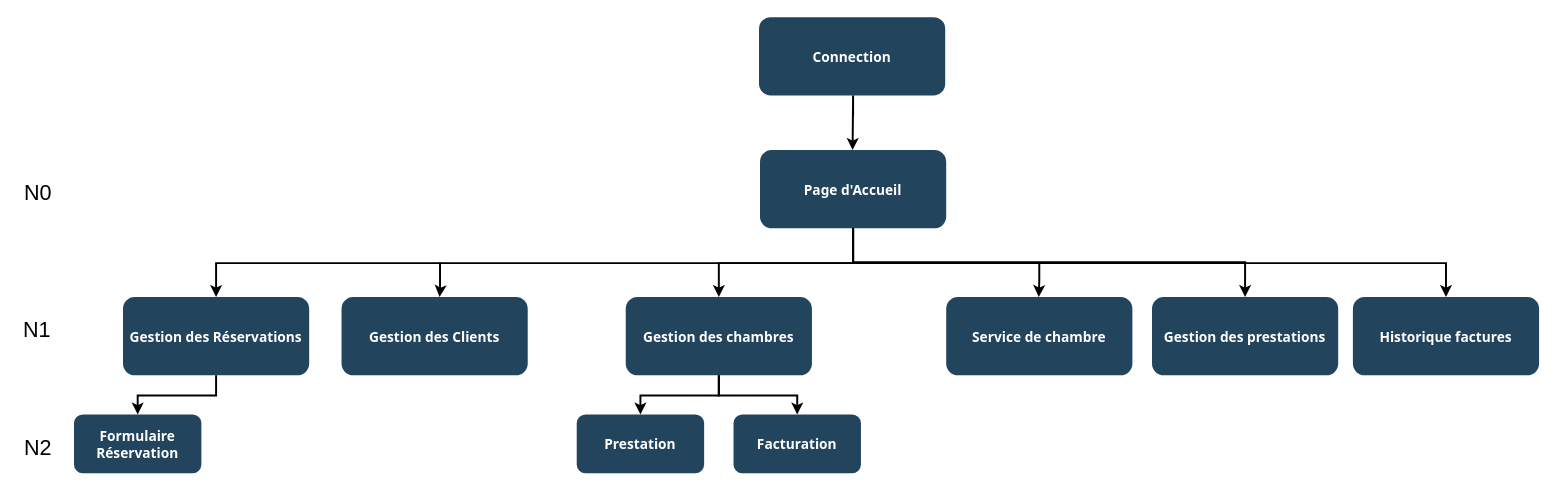
Before: ArborescenceEnCours.drawio in Yoan15/projet_hotel, a draw.io diagram. Source tidied: cells renumbered, new cells numbered last; positions are measured from the earlier drawing's top-left corner, leaving out a move shared by most shapes. Both pictures are drawn from the tidied source at 98%, with x=0, y=0 at pixel (17, 17).
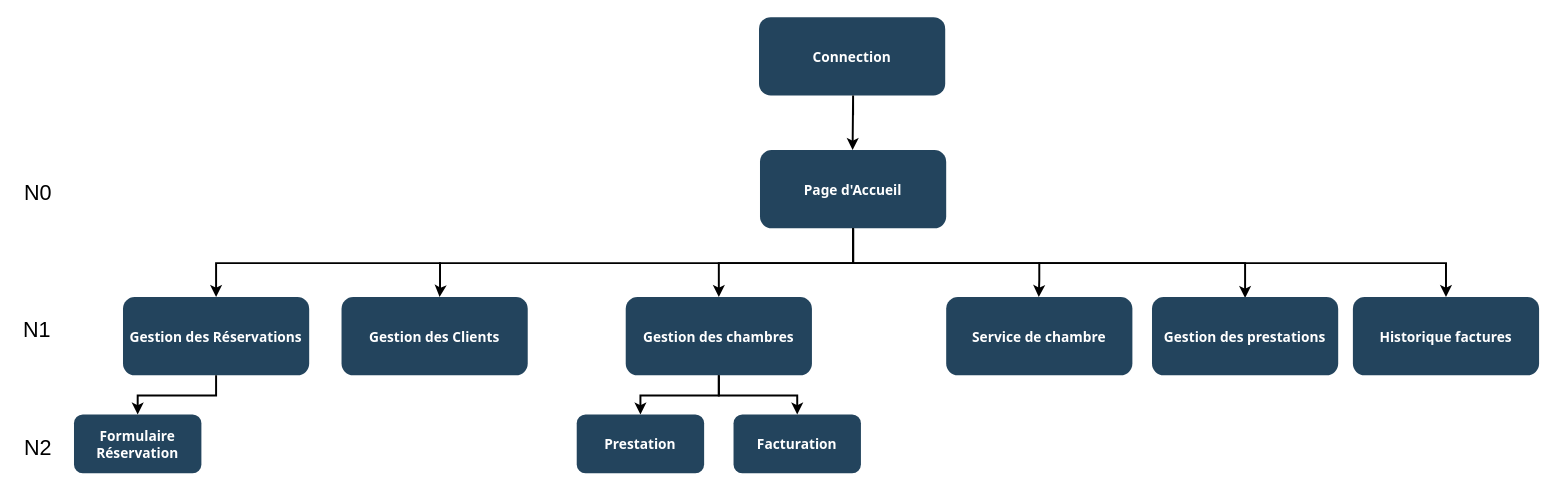
The same diagram, later.

The change refers to these unchanged cells:
```xml
<mxCell id="2" value="Page d'Accueil" style="rounded=1;fillColor=#23445D;gradientColor=none;strokeColor=none;fontColor=#FFFFFF;fontStyle=1;fontFamily=Tahoma;fontSize=14;" parent="1" vertex="1">
  <mxGeometry x="758" y="135.5" width="190" height="80" as="geometry" />
</mxCell>
<mxCell id="20" value="Gestion des prestations" style="rounded=1;fillColor=#23445D;gradientColor=none;strokeColor=none;fontColor=#FFFFFF;fontStyle=1;fontFamily=Tahoma;fontSize=14;" parent="1" vertex="1">
  <mxGeometry x="1158" y="285.5" width="190" height="80" as="geometry" />
</mxCell>
```

What changed in the source:
```diff
@@
-    <mxCell id="19" style="edgeStyle=elbowEdgeStyle;elbow=vertical;strokeWidth=2;rounded=0;entryX=0.5;entryY=0;entryDx=0;entryDy=0;exitX=0.5;exitY=1;exitDx=0;exitDy=0;" parent="1" edge="1" source="2" target="20">
-      <mxGeometry x="371.5" y="235.5" as="geometry">
+    <mxCell id="19" style="edgeStyle=elbowEdgeStyle;elbow=vertical;strokeWidth=2;rounded=0;entryX=0.5;entryY=0;entryDx=0;entryDy=0;exitX=0.5;exitY=1;exitDx=0;exitDy=0;" parent="1" edge="1">
+      <mxGeometry x="371.5" y="236.5" as="geometry">
+        <mxPoint x="853" y="216.5" as="sourcePoint" />
+        <mxPoint x="1253" y="286.5" as="targetPoint" />
         <Array as="points">
-          <mxPoint x="1051" y="250" />
+          <mxPoint x="1051" y="251" />
         </Array>
       </mxGeometry>
     </mxCell>
```
